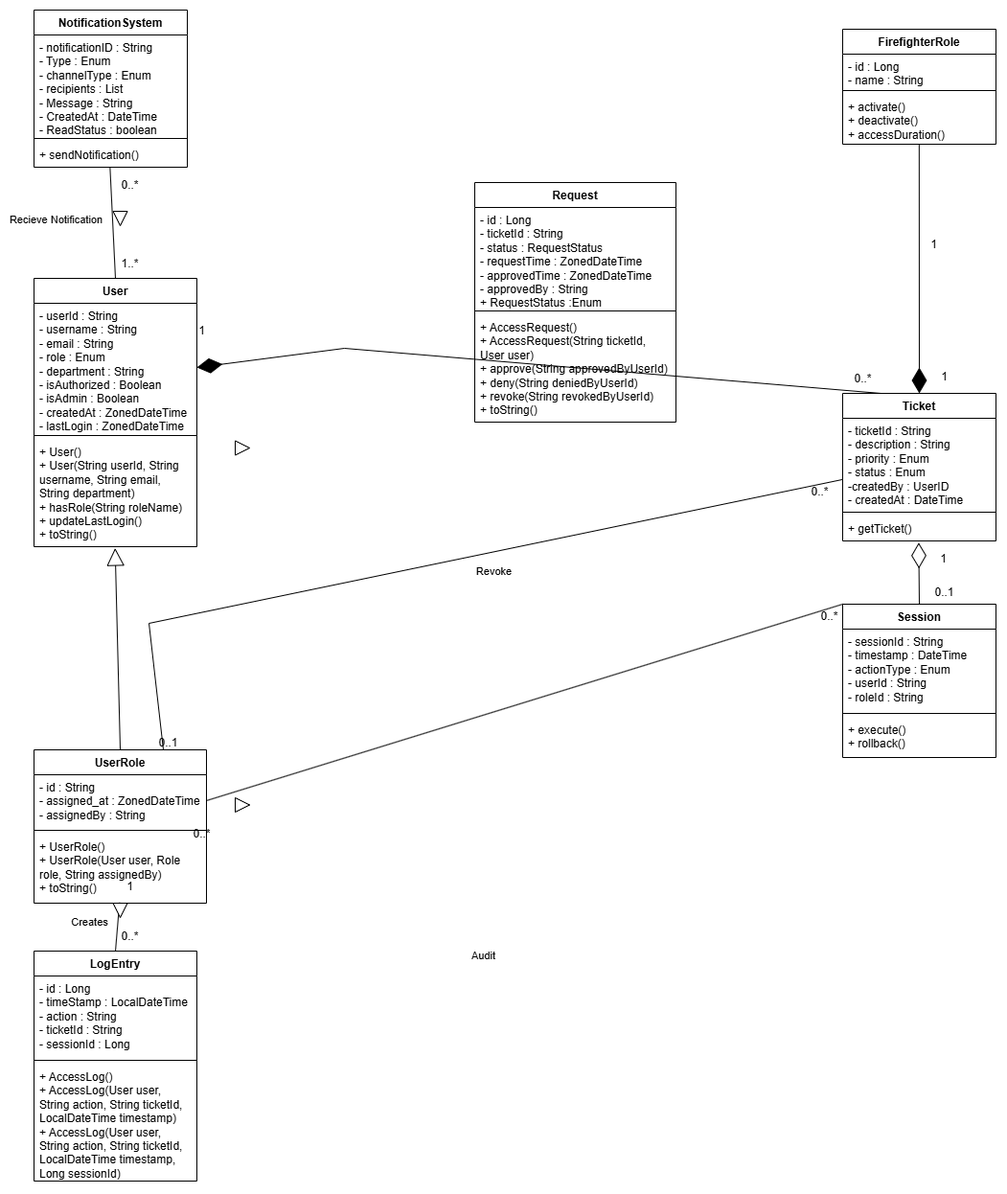
Before: Documentation/Domain Model.png, a diagram exported from draw.io (COS301-SE-2025/Fire-Fighter). Source tidied: cells renumbered, new cells last; positions are measured from the earlier drawing's top-left corner, leaving out a move shared by most shapes.
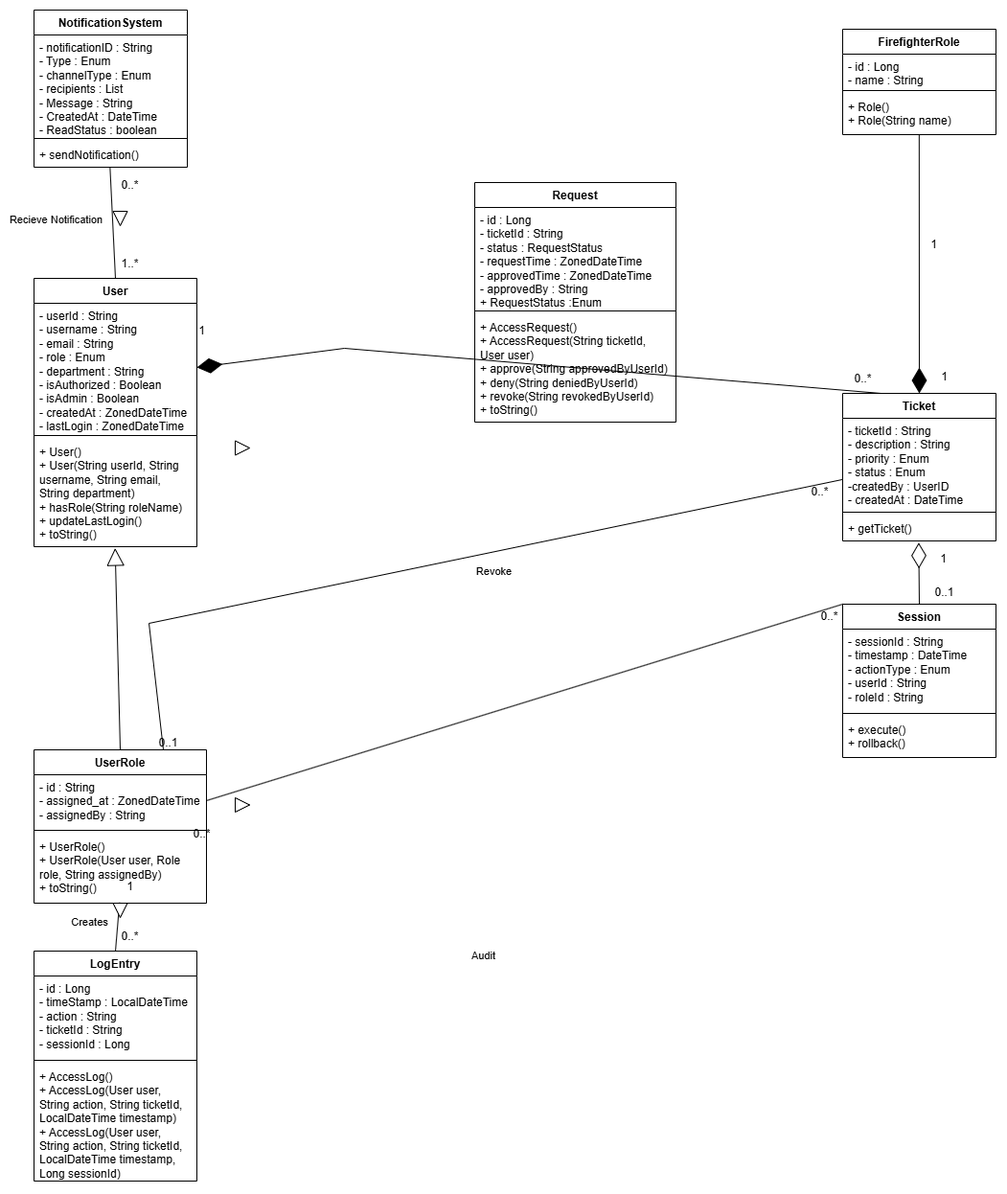
The same diagram one commit later.

Commit message:
Updated Role functions

Diff of the diagram source:
```diff
@@ -15,7 +15,7 @@
       <mxGeometry y="168" width="170" height="112" as="geometry" />
     </mxCell>
     <mxCell id="6" value="FirefighterRole" style="swimlane;fontStyle=1;align=center;verticalAlign=top;horizontal=1;startSize=26;whiteSpace=wrap;html=1;" parent="1" vertex="1">
-      <mxGeometry x="844" y="20" width="160" height="120" as="geometry" />
+      <mxGeometry x="844" y="20" width="160" height="110" as="geometry" />
     </mxCell>
     <mxCell id="7" value="- id : Long&lt;div&gt;- name : String&lt;/div&gt;" style="text;strokeColor=none;fillColor=none;align=left;verticalAlign=top;spacingLeft=4;spacingRight=4;overflow=hidden;whiteSpace=wrap;html=1;" parent="6" vertex="1">
       <mxGeometry y="26" width="160" height="34" as="geometry" />
@@ -23,8 +23,8 @@
     <mxCell id="8" style="line;strokeWidth=1;fillColor=none;align=left;verticalAlign=middle;spacingTop=-1;spacingLeft=3;spacingRight=3;labelPosition=right;strokeColor=inherit;" parent="6" vertex="1">
       <mxGeometry y="60" width="160" height="8" as="geometry" />
     </mxCell>
-    <mxCell id="9" value="+ activate()&lt;div&gt;+ deactivate()&lt;/div&gt;&lt;div&gt;+ accessDuration()&lt;/div&gt;" style="text;strokeColor=none;fillColor=none;align=left;verticalAlign=top;spacingLeft=4;spacingRight=4;overflow=hidden;points=[[0,0.5],[1,0.5]];portConstraint=eastwest;whiteSpace=wrap;html=1;" parent="6" vertex="1">
-      <mxGeometry y="68" width="160" height="52" as="geometry" />
+    <mxCell id="9" value="+ Role()&lt;div&gt;+ Role(String name)&lt;/div&gt;" style="text;strokeColor=none;fillColor=none;align=left;verticalAlign=top;spacingLeft=4;spacingRight=4;overflow=hidden;points=[[0,0.5],[1,0.5]];portConstraint=eastwest;whiteSpace=wrap;html=1;" parent="6" vertex="1">
+      <mxGeometry y="68" width="160" height="42" as="geometry" />
     </mxCell>
     <mxCell id="10" value="Ticket&lt;div&gt;&lt;br&gt;&lt;/div&gt;" style="swimlane;fontStyle=1;align=center;verticalAlign=top;horizontal=1;startSize=26;whiteSpace=wrap;html=1;" parent="1" vertex="1">
       <mxGeometry x="844" y="400" width="160" height="154" as="geometry" />
```
